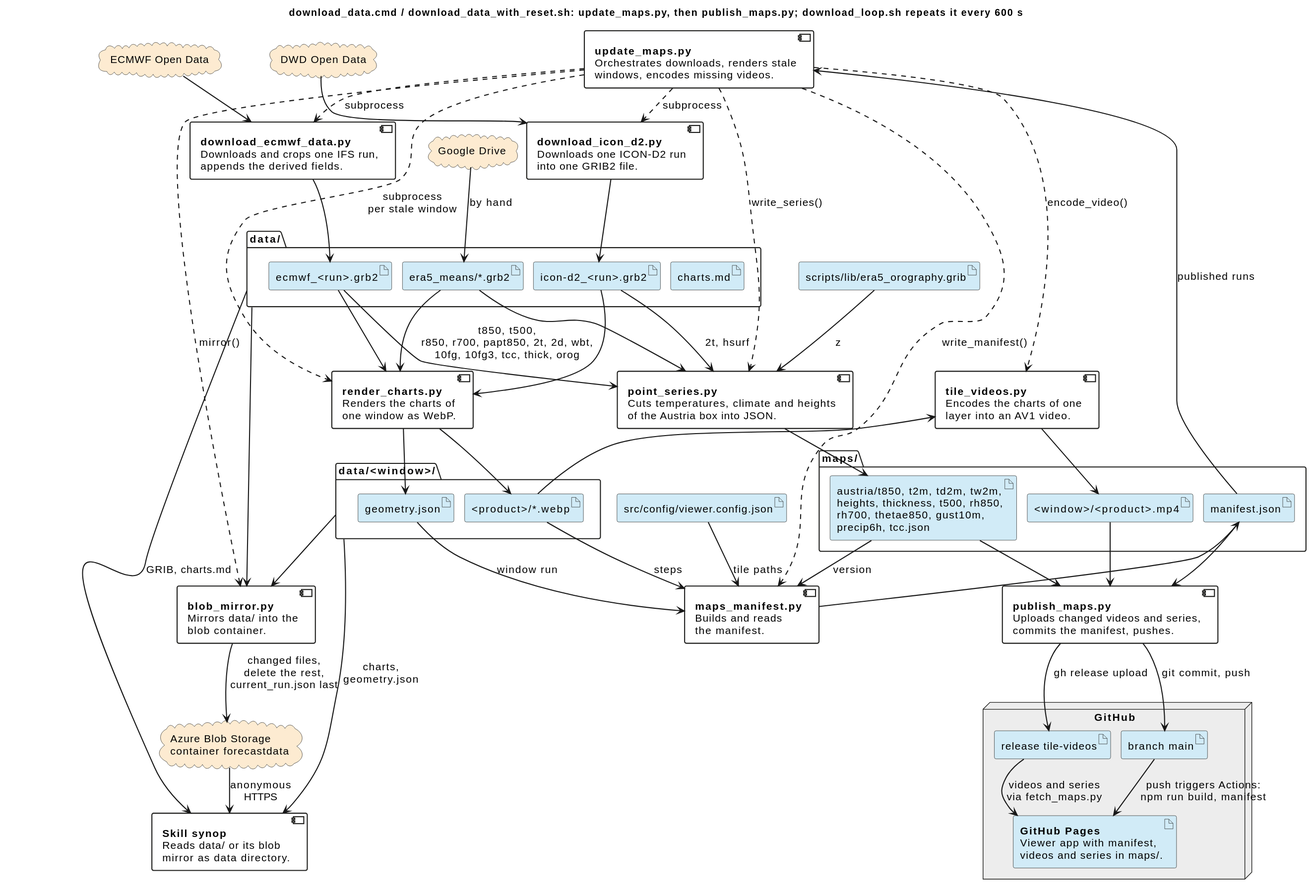
Earlier version of the PlantUML export docs/pipeline.svg (schletz/wetterkartenviewer).
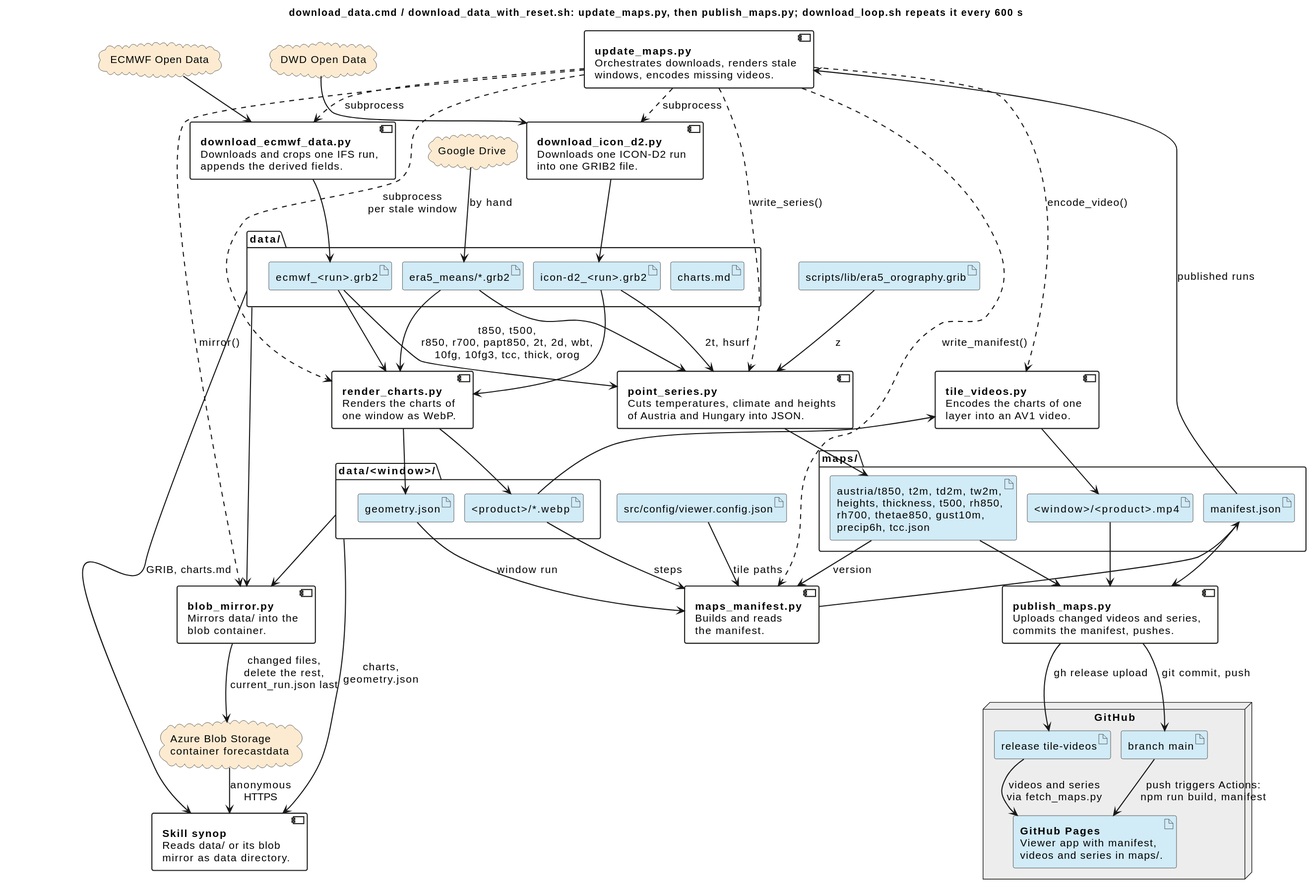
Later version of the same file.

Commit message:
Extend the ECMWF series to Austria and Hungary [skip ci]

Change to the diagram source:
```diff
@@ -74,7 +74,7 @@
 component point_series [
  **point_series.py**
  Cuts temperatures, climate and heights
- of the Austria box into JSON.
+ of Austria and Hungary into JSON.
 ]
 component maps_manifest [
  **maps_manifest.py**
```
